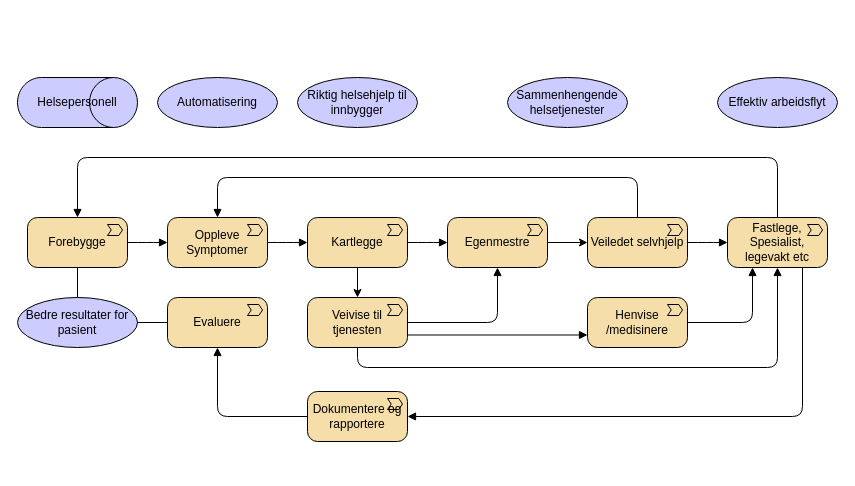
Earlier version of the draw.io diagram page "verdikjede-helsepersonell" (6 of 6) of docs/strategi/value-chain.drawio (hdir/Digital-Forstelinje). Source tidied: cells renumbered, new cells numbered last; positions are measured from the earlier drawing's top-left corner, leaving out a move shared by most shapes. Both pictures are drawn from the tidied source at 100%, with x=0, y=0 at pixel (17, 77).
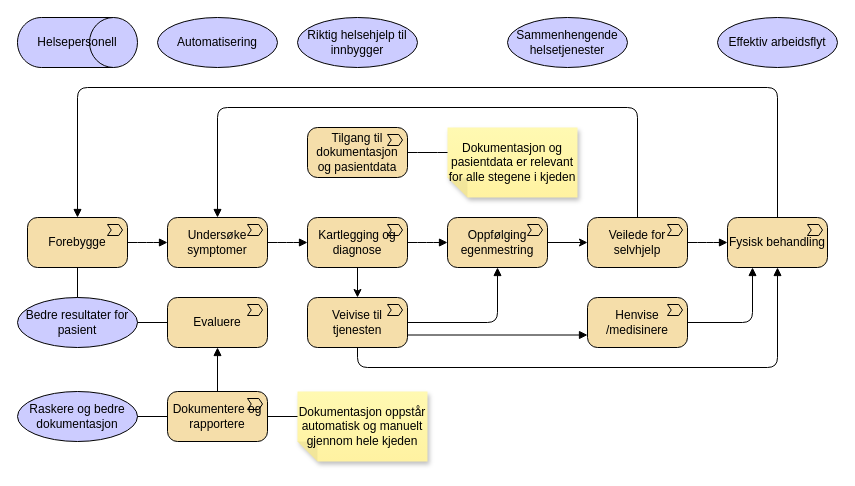
The same diagram, later.

The change refers to these unchanged cells:
```xml
<mxCell id="3" value="Forebygge" style="html=1;outlineConnect=0;whiteSpace=wrap;fillColor=#F5DEAA;shape=mxgraph.archimate3.application;appType=valueStream;archiType=rounded;" parent="1" vertex="1">
  <mxGeometry x="10" y="140" width="100" height="50" as="geometry" />
</mxCell>
<mxCell id="23" value="Evaluere" style="html=1;outlineConnect=0;whiteSpace=wrap;fillColor=#F5DEAA;shape=mxgraph.archimate3.application;appType=valueStream;archiType=rounded;" parent="1" vertex="1">
  <mxGeometry x="150" y="220" width="100" height="50" as="geometry" />
</mxCell>
```

Diff of the diagram source:
```diff
@@
-    <mxCell id="2" value="Oppleve Symptomer" style="html=1;outlineConnect=0;whiteSpace=wrap;fillColor=#F5DEAA;shape=mxgraph.archimate3.application;appType=valueStream;archiType=rounded;" parent="1" vertex="1">
+    <mxCell id="2" value="Undersøke symptomer" style="html=1;outlineConnect=0;whiteSpace=wrap;fillColor=#F5DEAA;shape=mxgraph.archimate3.application;appType=valueStream;archiType=rounded;" parent="1" vertex="1">
       <mxGeometry x="150" y="140" width="100" height="50" as="geometry" />
     </mxCell>
@@
-    <mxCell id="5" value="Kartlegge" style="html=1;outlineConnect=0;whiteSpace=wrap;fillColor=#F5DEAA;shape=mxgraph.archimate3.application;appType=valueStream;archiType=rounded;" parent="1" vertex="1">
+    <mxCell id="5" value="Kartlegging og diagnose" style="html=1;outlineConnect=0;whiteSpace=wrap;fillColor=#F5DEAA;shape=mxgraph.archimate3.application;appType=valueStream;archiType=rounded;" parent="1" vertex="1">
       <mxGeometry x="290" y="140" width="100" height="50" as="geometry" />
     </mxCell>
@@
-    <mxCell id="7" value="Egenmestre" style="html=1;outlineConnect=0;whiteSpace=wrap;fillColor=#F5DEAA;shape=mxgraph.archimate3.application;appType=valueStream;archiType=rounded;" parent="1" vertex="1">
+    <mxCell id="7" value="Oppfølging egenmestring" style="html=1;outlineConnect=0;whiteSpace=wrap;fillColor=#F5DEAA;shape=mxgraph.archimate3.application;appType=valueStream;archiType=rounded;" parent="1" vertex="1">
       <mxGeometry x="430" y="140" width="100" height="50" as="geometry" />
     </mxCell>
-    <mxCell id="8" value="Veiledet selvhjelp" style="html=1;outlineConnect=0;whiteSpace=wrap;fillColor=#F5DEAA;shape=mxgraph.archimate3.application;appType=valueStream;archiType=rounded;" parent="1" vertex="1">
+    <mxCell id="8" value="Veilede for selvhjelp" style="html=1;outlineConnect=0;whiteSpace=wrap;fillColor=#F5DEAA;shape=mxgraph.archimate3.application;appType=valueStream;archiType=rounded;" parent="1" vertex="1">
       <mxGeometry x="570" y="140" width="100" height="50" as="geometry" />
     </mxCell>
@@
     <mxCell id="13" style="edgeStyle=elbowEdgeStyle;html=1;endArrow=block;dashed=0;elbow=vertical;endFill=1;entryX=0.5;entryY=0;entryDx=0;entryDy=0;entryPerimeter=0;exitX=0.5;exitY=0;exitDx=0;exitDy=0;exitPerimeter=0;" parent="1" edge="1" source="8" target="2">
       <mxGeometry relative="1" as="geometry">
         <Array as="points">
-          <mxPoint x="410" y="100" />
+          <mxPoint x="410" y="30" />
         </Array>
       </mxGeometry>
     </mxCell>
@@
-    <mxCell id="15" value="Fastlege, Spesialist, legevakt etc" style="html=1;outlineConnect=0;whiteSpace=wrap;fillColor=#F5DEAA;shape=mxgraph.archimate3.application;appType=valueStream;archiType=rounded;" parent="1" vertex="1">
+    <mxCell id="15" value="Fysisk behandling" style="html=1;outlineConnect=0;whiteSpace=wrap;fillColor=#F5DEAA;shape=mxgraph.archimate3.application;appType=valueStream;archiType=rounded;" parent="1" vertex="1">
       <mxGeometry x="710" y="140" width="100" height="50" as="geometry" />
     </mxCell>
@@
     <mxCell id="17" style="edgeStyle=elbowEdgeStyle;html=1;endArrow=block;dashed=0;elbow=vertical;endFill=1;entryX=0.5;entryY=0;entryDx=0;entryDy=0;entryPerimeter=0;exitX=0.5;exitY=0;exitDx=0;exitDy=0;exitPerimeter=0;" parent="1" edge="1" source="15" target="3">
       <mxGeometry relative="1" as="geometry">
         <Array as="points">
-          <mxPoint x="410" y="80" />
+          <mxPoint x="420" y="10" />
         </Array>
       </mxGeometry>
     </mxCell>
@@
     <mxCell id="26" value="Helsepersonell" style="html=1;whiteSpace=wrap;fillColor=#CCCCFF;shape=mxgraph.archimate3.role;" parent="1" vertex="1">
-      <mxGeometry width="120" height="50" as="geometry" />
+      <mxGeometry y="-60" width="120" height="50" as="geometry" />
     </mxCell>
     <mxCell id="27" value="Sammenhengende helsetjenester" style="shape=ellipse;html=1;whiteSpace=wrap;fillColor=#CCCCFF;" parent="1" vertex="1">
-      <mxGeometry x="490" width="120" height="50" as="geometry" />
+      <mxGeometry x="490" y="-60" width="120" height="50" as="geometry" />
     </mxCell>
     <mxCell id="28" value="Effektiv arbeidsflyt" style="shape=ellipse;html=1;whiteSpace=wrap;fillColor=#CCCCFF;" parent="1" vertex="1">
-      <mxGeometry x="700" width="120" height="50" as="geometry" />
+      <mxGeometry x="700" y="-60" width="120" height="50" as="geometry" />
     </mxCell>
     <mxCell id="29" value="Automatisering" style="shape=ellipse;html=1;whiteSpace=wrap;fillColor=#CCCCFF;" parent="1" vertex="1">
-      <mxGeometry x="140" width="120" height="50" as="geometry" />
+      <mxGeometry x="140" y="-60" width="120" height="50" as="geometry" />
     </mxCell>
     <mxCell id="30" value="Riktig helsehjelp til innbygger" style="shape=ellipse;html=1;whiteSpace=wrap;fillColor=#CCCCFF;" parent="1" vertex="1">
-      <mxGeometry x="280" width="120" height="50" as="geometry" />
+      <mxGeometry x="280" y="-60" width="120" height="50" as="geometry" />
     </mxCell>
     <mxCell id="31" value="Dokumentere og rapportere" style="html=1;outlineConnect=0;whiteSpace=wrap;fillColor=#F5DEAA;shape=mxgraph.archimate3.application;appType=valueStream;archiType=rounded;" parent="1" vertex="1">
-      <mxGeometry x="290" y="314" width="100" height="50" as="geometry" />
+      <mxGeometry x="150" y="314" width="100" height="50" as="geometry" />
     </mxCell>
-    <mxCell id="32" style="edgeStyle=orthogonalEdgeStyle;html=1;endArrow=block;dashed=0;elbow=vertical;endFill=1;entryX=1;entryY=0.5;entryDx=0;entryDy=0;entryPerimeter=0;exitX=0.75;exitY=1;exitDx=0;exitDy=0;exitPerimeter=0;" parent="1" edge="1" source="15" target="31">
-      <mxGeometry relative="1" as="geometry" />
-    </mxCell>
-    <mxCell id="33" style="edgeStyle=orthogonalEdgeStyle;html=1;endArrow=block;dashed=0;elbow=vertical;endFill=1;entryX=0.5;entryY=1;entryDx=0;entryDy=0;entryPerimeter=0;exitX=0;exitY=0.5;exitDx=0;exitDy=0;exitPerimeter=0;" parent="1" edge="1" source="31" target="23">
+    <mxCell id="33" style="edgeStyle=orthogonalEdgeStyle;html=1;endArrow=block;dashed=0;elbow=vertical;endFill=1;entryX=0.5;entryY=1;entryDx=0;entryDy=0;entryPerimeter=0;exitX=0.5;exitY=0;exitDx=0;exitDy=0;exitPerimeter=0;" parent="1" edge="1" source="31" target="23">
       <mxGeometry relative="1" as="geometry" />
     </mxCell>
+    <mxCell id="34" value="Dokumentasjon oppstår automatisk og manuelt gjennom hele kjeden" style="shape=note;whiteSpace=wrap;html=1;backgroundOutline=1;fontColor=#000000;darkOpacity=0.05;fillColor=#FFF9B2;strokeColor=none;fillStyle=solid;direction=west;gradientDirection=north;gradientColor=#FFF2A1;shadow=1;size=20;" parent="1" vertex="1">
+      <mxGeometry x="280" y="314" width="130" height="70" as="geometry" />
+    </mxCell>
+    <mxCell id="35" style="edgeStyle=elbowEdgeStyle;html=1;endArrow=none;elbow=vertical;exitX=1;exitY=0.5;exitDx=0;exitDy=0;entryX=0;entryY=0;entryDx=130;entryDy=45;entryPerimeter=0;exitPerimeter=0;" parent="1" edge="1" source="31" target="34">
+      <mxGeometry relative="1" as="geometry" />
+    </mxCell>
+    <mxCell id="36" value="Raskere og bedre dokumentasjon" style="shape=ellipse;html=1;whiteSpace=wrap;fillColor=#CCCCFF;" parent="1" vertex="1">
+      <mxGeometry y="314" width="120" height="50" as="geometry" />
+    </mxCell>
+    <mxCell id="37" style="edgeStyle=elbowEdgeStyle;html=1;endArrow=none;elbow=vertical;exitX=1;exitY=0.5;exitDx=0;exitDy=0;entryX=0;entryY=0.5;entryDx=0;entryDy=0;entryPerimeter=0;" parent="1" edge="1" source="36" target="31">
+      <mxGeometry relative="1" as="geometry" />
+    </mxCell>
+    <mxCell id="38" value="Tilgang til dokumentasjon og pasientdata" style="html=1;outlineConnect=0;whiteSpace=wrap;fillColor=#F5DEAA;shape=mxgraph.archimate3.application;appType=valueStream;archiType=rounded;" parent="1" vertex="1">
+      <mxGeometry x="290" y="50" width="100" height="50" as="geometry" />
+    </mxCell>
+    <mxCell id="39" value="Dokumentasjon og pasientdata er relevant for alle stegene i kjeden" style="shape=note;whiteSpace=wrap;html=1;backgroundOutline=1;fontColor=#000000;darkOpacity=0.05;fillColor=#FFF9B2;strokeColor=none;fillStyle=solid;direction=west;gradientDirection=north;gradientColor=#FFF2A1;shadow=1;size=20;" parent="1" vertex="1">
+      <mxGeometry x="430" y="50" width="130" height="70" as="geometry" />
+    </mxCell>
+    <mxCell id="40" style="edgeStyle=elbowEdgeStyle;html=1;endArrow=none;elbow=vertical;exitX=1;exitY=0.5;exitDx=0;exitDy=0;entryX=0;entryY=0;entryDx=130;entryDy=45;entryPerimeter=0;exitPerimeter=0;" parent="1" edge="1" source="38" target="39">
+      <mxGeometry relative="1" as="geometry" />
+    </mxCell>
```
